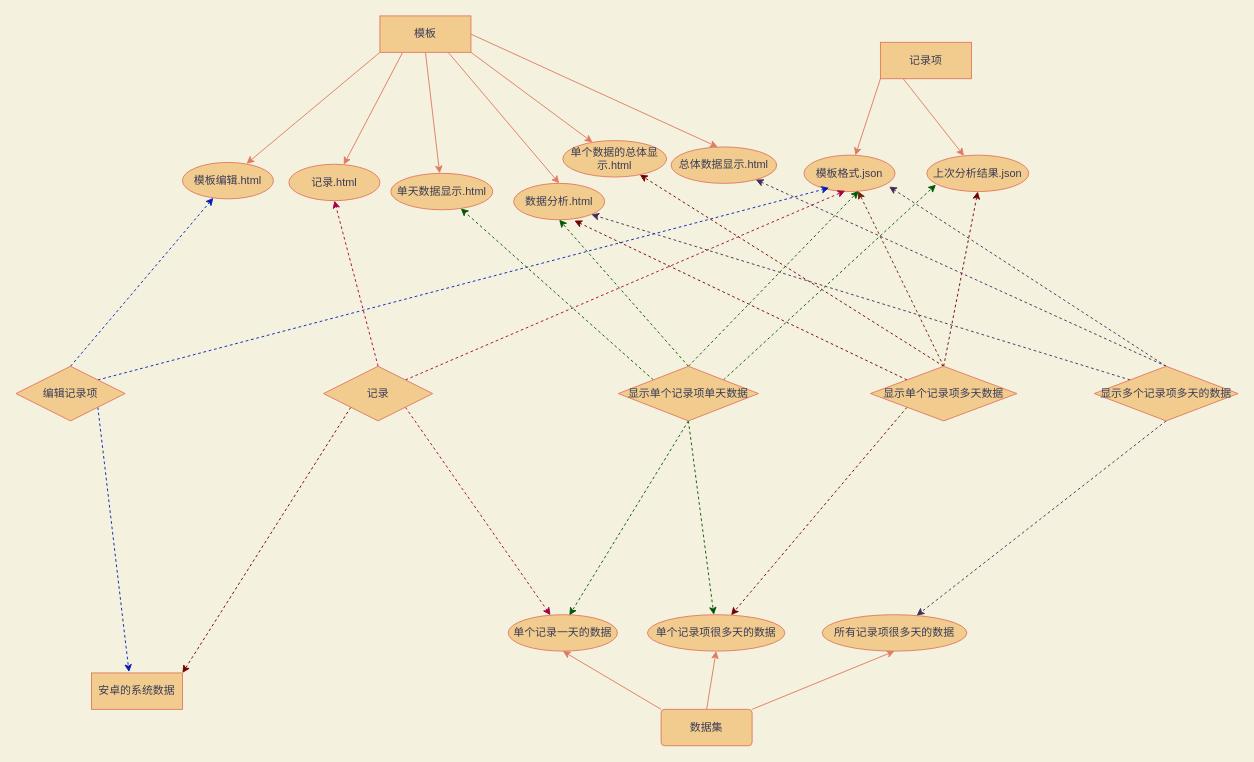
This is 文档/产品设计/安卓和js的交互问题/js关系图.drawio from FireAndWin/SmartDiary, a draw.io file, before an edit. Source tidied: cells renumbered, new cells numbered last; positions are measured from the earlier drawing's top-left corner, leaving out a move shared by most shapes. Both pictures are drawn from the tidied source at 91%, with x=0, y=0 at pixel (15, 15).
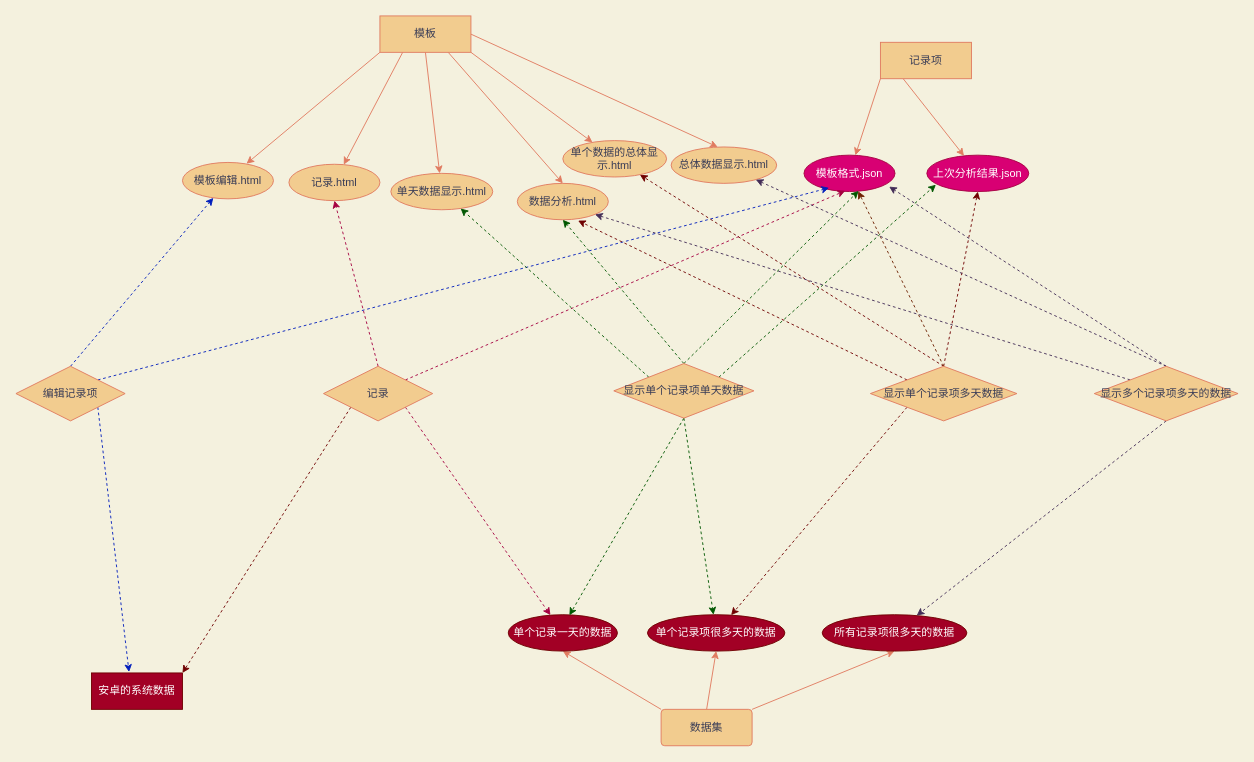
After the change.

Diff of the diagram source:
```diff
@@
-    <mxCell id="15" value="模板格式.json" style="ellipse;whiteSpace=wrap;html=1;align=center;rounded=0;sketch=0;strokeColor=#E07A5F;fillColor=#F2CC8F;fontColor=#393C56;" parent="1" vertex="1">
+    <mxCell id="15" value="模板格式.json" style="ellipse;whiteSpace=wrap;html=1;align=center;rounded=0;sketch=0;strokeColor=#A50040;fillColor=#d80073;fontColor=#ffffff;" parent="1" vertex="1">
       <mxGeometry x="866" y="153" width="100" height="40" as="geometry" />
     </mxCell>
-    <mxCell id="16" value="上次分析结果.json" style="ellipse;whiteSpace=wrap;html=1;align=center;rounded=0;sketch=0;strokeColor=#E07A5F;fillColor=#F2CC8F;fontColor=#393C56;" parent="1" vertex="1">
+    <mxCell id="16" value="上次分析结果.json" style="ellipse;whiteSpace=wrap;html=1;align=center;rounded=0;sketch=0;strokeColor=#A50040;fillColor=#d80073;fontColor=#ffffff;" parent="1" vertex="1">
       <mxGeometry x="1001" y="153" width="112" height="40" as="geometry" />
     </mxCell>
@@
     <mxCell id="18" value="数据分析.html" style="ellipse;whiteSpace=wrap;html=1;align=center;rounded=0;sketch=0;strokeColor=#E07A5F;fillColor=#F2CC8F;fontColor=#393C56;" parent="1" vertex="1">
-      <mxGeometry x="547" y="184" width="100" height="40" as="geometry" />
+      <mxGeometry x="551" y="184" width="100" height="40" as="geometry" />
     </mxCell>
@@
-    <mxCell id="23" value="单个记录一天的数据" style="ellipse;whiteSpace=wrap;html=1;align=center;rounded=0;sketch=0;strokeColor=#E07A5F;fillColor=#F2CC8F;fontColor=#393C56;" parent="1" vertex="1">
+    <mxCell id="23" value="单个记录一天的数据" style="ellipse;whiteSpace=wrap;html=1;align=center;rounded=0;sketch=0;strokeColor=#6F0000;fillColor=#a20025;fontColor=#ffffff;" parent="1" vertex="1">
       <mxGeometry x="541" y="658" width="120" height="40" as="geometry" />
     </mxCell>
-    <mxCell id="24" value="单个记录项很多天的数据" style="ellipse;whiteSpace=wrap;html=1;align=center;rounded=0;sketch=0;strokeColor=#E07A5F;fillColor=#F2CC8F;fontColor=#393C56;" parent="1" vertex="1">
+    <mxCell id="24" value="单个记录项很多天的数据" style="ellipse;whiteSpace=wrap;html=1;align=center;rounded=0;sketch=0;strokeColor=#6F0000;fillColor=#a20025;fontColor=#ffffff;" parent="1" vertex="1">
       <mxGeometry x="694" y="658" width="151" height="40" as="geometry" />
     </mxCell>
-    <mxCell id="25" value="所有记录项很多天的数据" style="ellipse;whiteSpace=wrap;html=1;align=center;rounded=0;sketch=0;strokeColor=#E07A5F;fillColor=#F2CC8F;fontColor=#393C56;" parent="1" vertex="1">
+    <mxCell id="25" value="所有记录项很多天的数据" style="ellipse;whiteSpace=wrap;html=1;align=center;rounded=0;sketch=0;strokeColor=#6F0000;fillColor=#a20025;fontColor=#ffffff;" parent="1" vertex="1">
       <mxGeometry x="886" y="658" width="159" height="40" as="geometry" />
     </mxCell>
@@
     <mxCell id="41" value="显示单个记录项单天数据" style="shape=rhombus;perimeter=rhombusPerimeter;whiteSpace=wrap;html=1;align=center;rounded=0;sketch=0;strokeColor=#E07A5F;fillColor=#F2CC8F;fontColor=#393C56;" parent="1" vertex="1">
-      <mxGeometry x="662" y="385" width="154" height="60" as="geometry" />
+      <mxGeometry x="657" y="382" width="154" height="60" as="geometry" />
     </mxCell>
@@
-    <mxCell id="53" value="安卓的系统数据" style="whiteSpace=wrap;html=1;align=center;rounded=0;sketch=0;strokeColor=#E07A5F;fillColor=#F2CC8F;fontColor=#393C56;" parent="1" vertex="1">
+    <mxCell id="53" value="安卓的系统数据" style="whiteSpace=wrap;html=1;align=center;rounded=0;sketch=0;strokeColor=#6F0000;fillColor=#a20025;fontColor=#ffffff;" parent="1" vertex="1">
       <mxGeometry x="83" y="722" width="100" height="40" as="geometry" />
     </mxCell>
```
